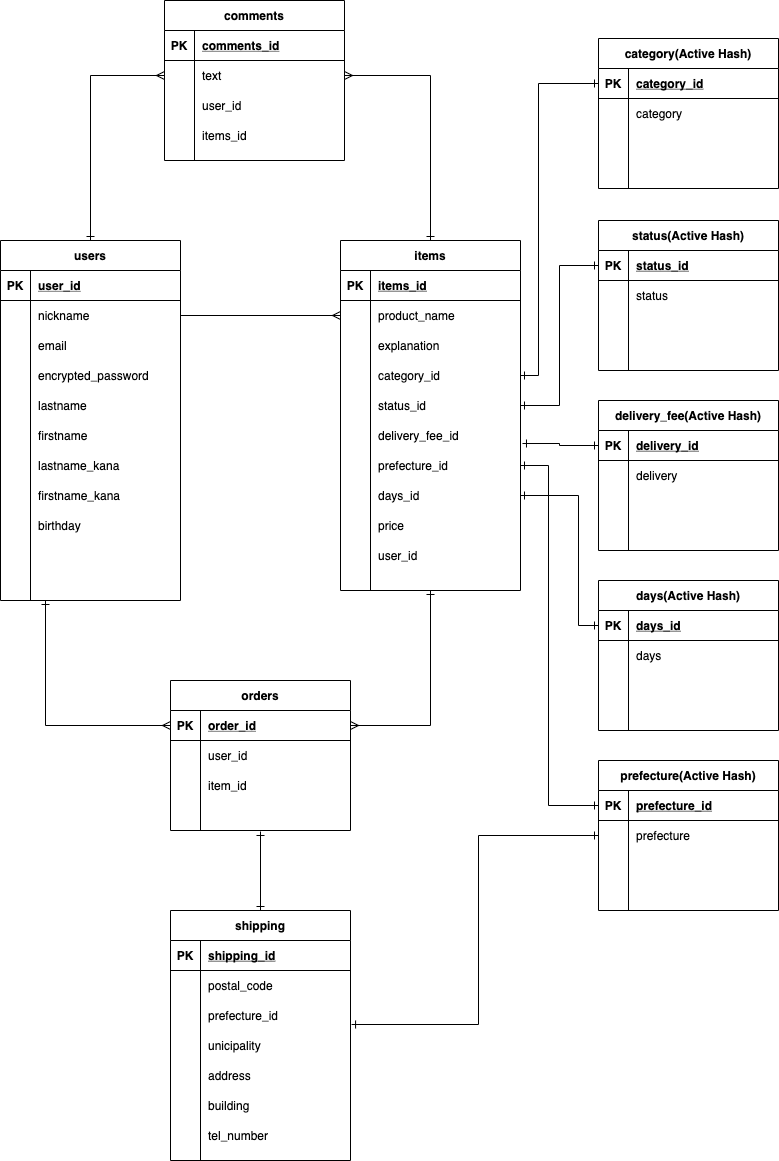
Earlier version of the draw.io export furima_er_design.png (KengoWakida/furima-35913). Source tidied: cells renumbered, new cells last; positions are measured from the earlier drawing's top-left corner, leaving out a move shared by most shapes.
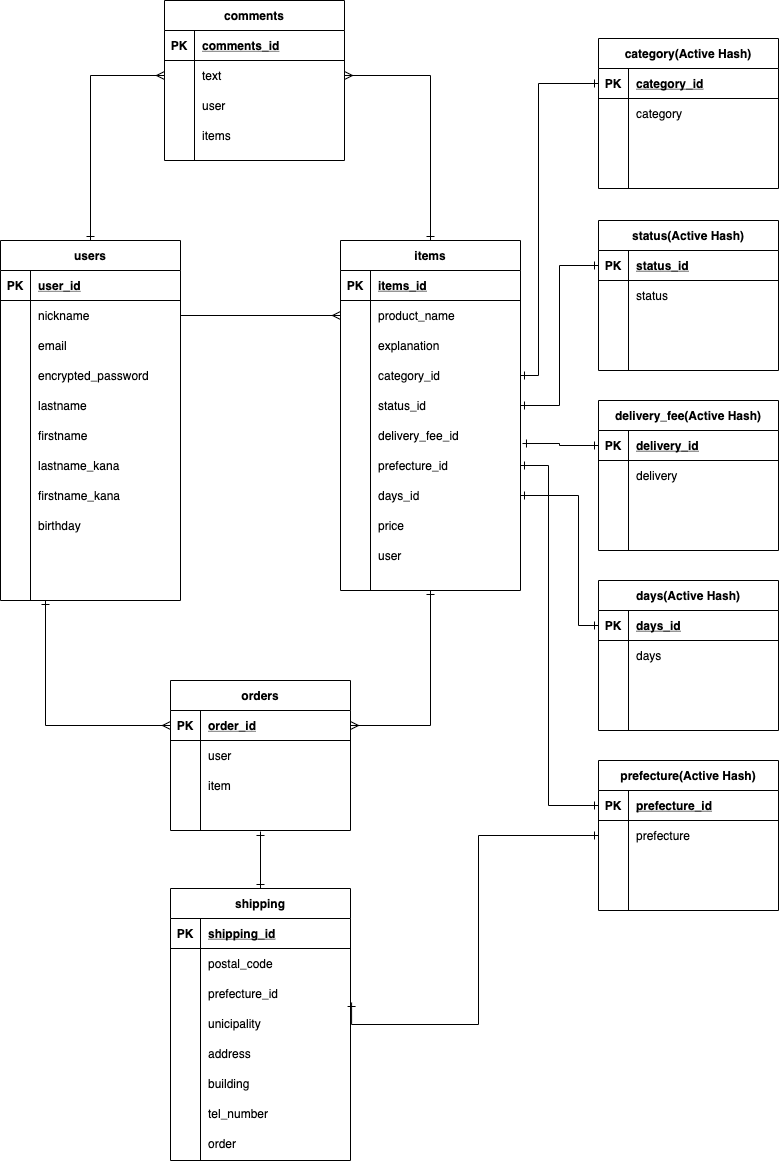
After the commit.

What changed in the source:
```diff
@@ -162,7 +162,7 @@
     <mxCell id="53" style="shape=partialRectangle;fillColor=none;top=0;left=0;bottom=0;right=0;overflow=hidden;" parent="52" vertex="1">
       <mxGeometry width="30" height="30" as="geometry" />
     </mxCell>
-    <mxCell id="54" value="user_id" style="shape=partialRectangle;fillColor=none;top=0;left=0;bottom=0;right=0;align=left;spacingLeft=6;overflow=hidden;" parent="52" vertex="1">
+    <mxCell id="54" value="user" style="shape=partialRectangle;fillColor=none;top=0;left=0;bottom=0;right=0;align=left;spacingLeft=6;overflow=hidden;" parent="52" vertex="1">
       <mxGeometry x="30" width="150" height="30" as="geometry" />
     </mxCell>
     <mxCell id="55" value="orders" style="shape=table;startSize=30;rowLines=0;fontStyle=1;align=center;" parent="1" vertex="1">
@@ -183,7 +183,7 @@
     <mxCell id="60" style="shape=partialRectangle;fillColor=none;top=0;left=0;bottom=0;right=0;overflow=hidden;" parent="59" vertex="1">
       <mxGeometry width="30" height="30" as="geometry" />
     </mxCell>
-    <mxCell id="61" value="user_id" style="shape=partialRectangle;fillColor=none;top=0;left=0;bottom=0;right=0;align=left;spacingLeft=6;overflow=hidden;" parent="59" vertex="1">
+    <mxCell id="61" value="user" style="shape=partialRectangle;fillColor=none;top=0;left=0;bottom=0;right=0;align=left;spacingLeft=6;overflow=hidden;" parent="59" vertex="1">
       <mxGeometry x="30" width="150" height="30" as="geometry" />
     </mxCell>
     <mxCell id="62" style="shape=partialRectangle;fillColor=none;top=0;left=0;bottom=0;right=0;" parent="55" vertex="1">
@@ -192,7 +192,7 @@
     <mxCell id="63" style="shape=partialRectangle;fillColor=none;top=0;left=0;bottom=0;right=0;overflow=hidden;" parent="62" vertex="1">
       <mxGeometry width="30" height="30" as="geometry" />
     </mxCell>
-    <mxCell id="64" value="item_id" style="shape=partialRectangle;fillColor=none;top=0;left=0;bottom=0;right=0;align=left;spacingLeft=6;overflow=hidden;" parent="62" vertex="1">
+    <mxCell id="64" value="item" style="shape=partialRectangle;fillColor=none;top=0;left=0;bottom=0;right=0;align=left;spacingLeft=6;overflow=hidden;" parent="62" vertex="1">
       <mxGeometry x="30" width="150" height="30" as="geometry" />
     </mxCell>
     <mxCell id="65" style="shape=partialRectangle;fillColor=none;top=0;left=0;bottom=0;right=0;points=[[0,0.5],[1,0.5]];portConstraint=eastwest;" parent="55" vertex="1">
@@ -208,7 +208,7 @@
       <mxGeometry relative="1" as="geometry" />
     </mxCell>
     <mxCell id="69" value="shipping" style="shape=table;startSize=30;rowLines=0;fontStyle=1;align=center;" parent="1" vertex="1">
-      <mxGeometry x="170" y="910" width="180" height="250" as="geometry" />
+      <mxGeometry x="170" y="888" width="180" height="272" as="geometry" />
     </mxCell>
     <mxCell id="70" style="shape=partialRectangle;fillColor=none;top=0;left=0;bottom=1;right=0;" parent="69" vertex="1">
       <mxGeometry y="30" width="180" height="30" as="geometry" />
@@ -246,12 +246,42 @@
     <mxCell id="81" value="unicipality" style="shape=partialRectangle;fillColor=none;top=0;left=0;bottom=0;right=0;align=left;spacingLeft=6;overflow=hidden;" parent="79" vertex="1">
       <mxGeometry x="30" width="150" height="30" as="geometry" />
     </mxCell>
+    <mxCell id="170" style="shape=partialRectangle;fillColor=none;top=0;left=0;bottom=0;right=0;" parent="69" vertex="1">
+      <mxGeometry y="150" width="180" height="30" as="geometry" />
+    </mxCell>
+    <mxCell id="171" style="shape=partialRectangle;fillColor=none;top=0;left=0;bottom=0;right=0;overflow=hidden;" parent="170" vertex="1">
+      <mxGeometry width="30" height="30" as="geometry" />
+    </mxCell>
+    <mxCell id="98" value="address" style="shape=partialRectangle;fillColor=none;top=0;left=0;bottom=0;right=0;align=left;spacingLeft=6;overflow=hidden;" parent="170" vertex="1">
+      <mxGeometry x="30" width="150" height="30" as="geometry" />
+    </mxCell>
+    <mxCell id="172" style="shape=partialRectangle;fillColor=none;top=0;left=0;bottom=0;right=0;" parent="69" vertex="1">
+      <mxGeometry y="180" width="180" height="30" as="geometry" />
+    </mxCell>
+    <mxCell id="173" style="shape=partialRectangle;fillColor=none;top=0;left=0;bottom=0;right=0;overflow=hidden;" parent="172" vertex="1">
+      <mxGeometry width="30" height="30" as="geometry" />
+    </mxCell>
-    <mxCell id="82" value="building" style="shape=partialRectangle;fillColor=none;top=0;left=0;bottom=0;right=0;align=left;spacingLeft=6;overflow=hidden;" parent="1" vertex="1">
-      <mxGeometry x="200" y="1090" width="150" height="30" as="geometry" />
+    <mxCell id="82" value="building" style="shape=partialRectangle;fillColor=none;top=0;left=0;bottom=0;right=0;align=left;spacingLeft=6;overflow=hidden;" parent="172" vertex="1">
+      <mxGeometry x="30" width="150" height="30" as="geometry" />
     </mxCell>
+    <mxCell id="174" style="shape=partialRectangle;fillColor=none;top=0;left=0;bottom=0;right=0;" parent="69" vertex="1">
+      <mxGeometry y="210" width="180" height="30" as="geometry" />
+    </mxCell>
+    <mxCell id="175" style="shape=partialRectangle;fillColor=none;top=0;left=0;bottom=0;right=0;overflow=hidden;" parent="174" vertex="1">
+      <mxGeometry width="30" height="30" as="geometry" />
+    </mxCell>
-    <mxCell id="83" value="tel_number" style="shape=partialRectangle;fillColor=none;top=0;left=0;bottom=0;right=0;align=left;spacingLeft=6;overflow=hidden;" parent="1" vertex="1">
-      <mxGeometry x="200" y="1120" width="150" height="30" as="geometry" />
+    <mxCell id="83" value="tel_number" style="shape=partialRectangle;fillColor=none;top=0;left=0;bottom=0;right=0;align=left;spacingLeft=6;overflow=hidden;" parent="174" vertex="1">
+      <mxGeometry x="30" width="150" height="30" as="geometry" />
     </mxCell>
+    <mxCell id="176" style="shape=partialRectangle;fillColor=none;top=0;left=0;bottom=0;right=0;" parent="69" vertex="1">
+      <mxGeometry y="240" width="180" height="30" as="geometry" />
+    </mxCell>
+    <mxCell id="177" style="shape=partialRectangle;fillColor=none;top=0;left=0;bottom=0;right=0;overflow=hidden;" parent="176" vertex="1">
+      <mxGeometry width="30" height="30" as="geometry" />
+    </mxCell>
+    <mxCell id="178" value="order" style="shape=partialRectangle;fillColor=none;top=0;left=0;bottom=0;right=0;align=left;spacingLeft=6;overflow=hidden;" parent="176" vertex="1">
+      <mxGeometry x="30" width="150" height="30" as="geometry" />
+    </mxCell>
     <mxCell id="84" value="comments" style="shape=table;startSize=30;rowLines=0;fontStyle=1;align=center;" parent="1" vertex="1">
       <mxGeometry x="164" width="180" height="160" as="geometry" />
     </mxCell>
@@ -279,7 +309,7 @@
     <mxCell id="92" style="shape=partialRectangle;fillColor=none;top=0;left=0;bottom=0;right=0;overflow=hidden;" parent="91" vertex="1">
       <mxGeometry width="30" height="30" as="geometry" />
     </mxCell>
-    <mxCell id="93" value="user_id" style="shape=partialRectangle;fillColor=none;top=0;left=0;bottom=0;right=0;align=left;spacingLeft=6;overflow=hidden;" parent="91" vertex="1">
+    <mxCell id="93" value="user" style="shape=partialRectangle;fillColor=none;top=0;left=0;bottom=0;right=0;align=left;spacingLeft=6;overflow=hidden;" parent="91" vertex="1">
       <mxGeometry x="30" width="150" height="30" as="geometry" />
     </mxCell>
     <mxCell id="94" style="shape=partialRectangle;fillColor=none;top=0;left=0;bottom=0;right=0;" parent="84" vertex="1">
@@ -288,15 +318,12 @@
     <mxCell id="95" style="shape=partialRectangle;fillColor=none;top=0;left=0;bottom=0;right=0;overflow=hidden;" parent="94" vertex="1">
       <mxGeometry width="30" height="30" as="geometry" />
     </mxCell>
-    <mxCell id="96" value="items_id" style="shape=partialRectangle;fillColor=none;top=0;left=0;bottom=0;right=0;align=left;spacingLeft=6;overflow=hidden;" parent="94" vertex="1">
+    <mxCell id="96" value="items" style="shape=partialRectangle;fillColor=none;top=0;left=0;bottom=0;right=0;align=left;spacingLeft=6;overflow=hidden;" parent="94" vertex="1">
       <mxGeometry x="30" width="150" height="30" as="geometry" />
     </mxCell>
     <mxCell id="97" style="edgeStyle=orthogonalEdgeStyle;rounded=0;jettySize=auto;html=1;exitX=1;exitY=0.5;exitDx=0;exitDy=0;entryX=0;entryY=0.5;entryDx=0;entryDy=0;endArrow=ERmany;endFill=0;" parent="1" edge="1" source="8" target="28">
       <mxGeometry relative="1" as="geometry" />
     </mxCell>
-    <mxCell id="98" value="address" style="shape=partialRectangle;fillColor=none;top=0;left=0;bottom=0;right=0;align=left;spacingLeft=6;overflow=hidden;" parent="1" vertex="1">
-      <mxGeometry x="200" y="1060" width="150" height="30" as="geometry" />
-    </mxCell>
     <mxCell id="99" value="category(Active Hash)" style="shape=table;startSize=30;rowLines=0;fontStyle=1;align=center;" parent="1" vertex="1">
       <mxGeometry x="598" y="38" width="180" height="150" as="geometry" />
     </mxCell>
```
